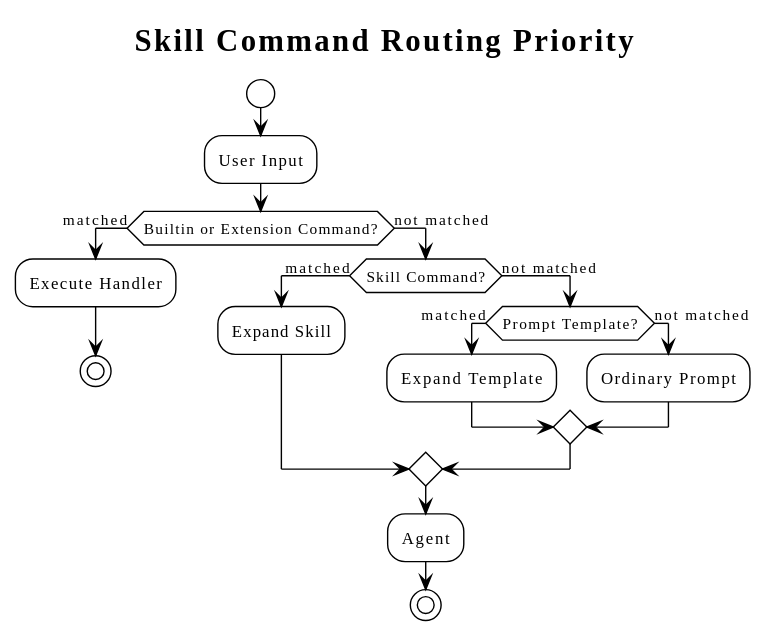
superheromeZzh/pi-mono-java-design keeps this PlantUML diagram as diagrams/skill-command/07-routing.svg. Above is the earlier version.
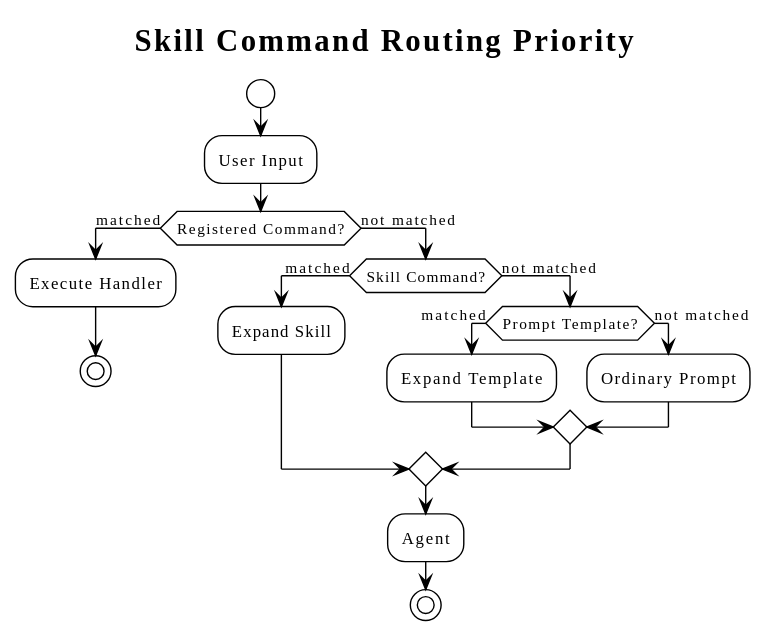
Above is the later version.

Change to the diagram source:
```diff
@@ -8,7 +8,7 @@
 
 start
 :User Input;
-if (Builtin or Extension Command?) then (matched)
+if (Registered Command?) then (matched)
   :Execute Handler;
   stop
 else (not matched)
```
